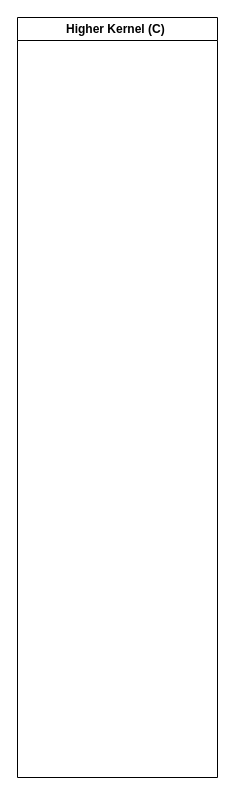
Before: page "C Kernel" (2 of 3) of naOS.drawio in noaether/naOS, a draw.io diagram. Source tidied: cells renumbered, new cells numbered last; positions are measured from the earlier drawing's top-left corner, leaving out a move shared by most shapes. Both pictures are drawn from the tidied source at 100%, with x=0, y=0 at pixel (17, 17).
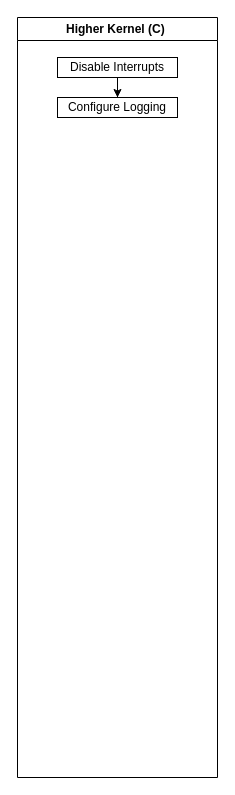
Above is the later version.

Diff of the diagram source:
```diff
@@
 <mxGraphModel>
   <root>
     <mxCell id="0" />
     <mxCell id="1" parent="0" />
     <mxCell id="2" value="Higher Kernel (C)&amp;nbsp;" style="swimlane;whiteSpace=wrap;html=1;" parent="1" vertex="1">
       <mxGeometry width="200" height="760" as="geometry" />
     </mxCell>
+    <mxCell id="3" style="edgeStyle=orthogonalEdgeStyle;rounded=0;jettySize=auto;html=1;entryX=0.5;entryY=0;entryDx=0;entryDy=0;" parent="2" edge="1" source="4" target="5">
+      <mxGeometry relative="1" as="geometry" />
+    </mxCell>
+    <mxCell id="4" value="Disable Interrupts" style="rounded=0;whiteSpace=wrap;html=1;" parent="2" vertex="1">
+      <mxGeometry x="40" y="40" width="120" height="20" as="geometry" />
+    </mxCell>
+    <mxCell id="5" value="Configure Logging" style="rounded=0;whiteSpace=wrap;html=1;" parent="2" vertex="1">
+      <mxGeometry x="40" y="80" width="120" height="20" as="geometry" />
+    </mxCell>
   </root>
 </mxGraphModel>
```
